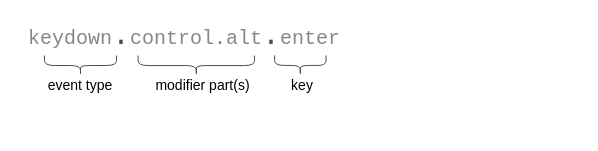
Above: page "keystroke-syntax" (10 of 18) of docs/adoc/microfrontend-platform-developer-guide/developer-guide.drawio in SchweizerischeBundesbahnen/scion-microfrontend-platform (draw.io), before the change. Source tidied: cells renumbered, new cells numbered last; positions are measured from the earlier drawing's top-left corner, leaving out a move shared by most shapes. Both pictures are drawn from the tidied source at 100%, with x=0, y=0 at pixel (45, 7).
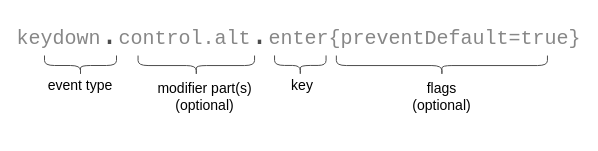
The same diagram, later.

What changed in the source:
```diff
@@
 <mxGraphModel>
   <root>
     <mxCell id="0" />
     <mxCell id="1" parent="0" />
-    <mxCell id="2" value="&lt;span style=&quot;font-family: &amp;#34;consolas&amp;#34; , &amp;#34;monaco&amp;#34; , &amp;#34;andale mono&amp;#34; , &amp;#34;ubuntu mono&amp;#34; , monospace ; text-align: left ; white-space: pre&quot;&gt;&lt;font style=&quot;font-size: 20px&quot; color=&quot;#878787&quot;&gt;keydown&lt;/font&gt;&lt;font color=&quot;#4d4d4d&quot; style=&quot;font-size: 30px&quot;&gt;.&lt;/font&gt;&lt;font style=&quot;font-size: 20px&quot; color=&quot;#878787&quot;&gt;control&lt;/font&gt;&lt;font style=&quot;font-size: 20px&quot; color=&quot;#878787&quot;&gt;.alt&lt;/font&gt;&lt;font color=&quot;#4d4d4d&quot; style=&quot;font-size: 30px&quot;&gt;.&lt;/font&gt;&lt;font style=&quot;font-size: 20px&quot; color=&quot;#878787&quot;&gt;enter&lt;/font&gt;&lt;/span&gt;" style="text;html=1;strokeColor=none;fillColor=none;align=center;verticalAlign=middle;whiteSpace=wrap;rounded=0;comic=1;" parent="1" vertex="1">
-      <mxGeometry x="19" y="18" width="240" height="20" as="geometry" />
-    </mxCell>
-    <mxCell id="3" style="shape=curlyBracket;whiteSpace=wrap;html=1;rounded=1;comic=0;strokeColor=#4D4D4D;fillColor=none;rotation=-90;" parent="1" vertex="1">
-      <mxGeometry x="25" y="22" width="20" height="72" as="geometry" />
-    </mxCell>
-    <mxCell id="4" style="shape=curlyBracket;whiteSpace=wrap;html=1;rounded=1;comic=0;strokeColor=#4D4D4D;fillColor=none;rotation=-90;" parent="1" vertex="1">
-      <mxGeometry x="140.8" y="-0.2" width="20" height="116.5" as="geometry" />
-    </mxCell>
-    <mxCell id="5" style="shape=curlyBracket;whiteSpace=wrap;html=1;rounded=1;comic=0;strokeColor=#4D4D4D;fillColor=none;rotation=-90;" parent="1" vertex="1">
-      <mxGeometry x="244.8" y="32.2" width="20" height="51.5" as="geometry" />
-    </mxCell>
+    <mxCell id="9" value="&lt;span style=&quot;font-family: &amp;#34;consolas&amp;#34; , &amp;#34;monaco&amp;#34; , &amp;#34;andale mono&amp;#34; , &amp;#34;ubuntu mono&amp;#34; , monospace ; text-align: left ; white-space: pre&quot;&gt;&lt;font style=&quot;font-size: 20px&quot; color=&quot;#878787&quot;&gt;keydown&lt;/font&gt;&lt;font color=&quot;#4d4d4d&quot; style=&quot;font-size: 30px&quot;&gt;.&lt;/font&gt;&lt;font style=&quot;font-size: 20px&quot; color=&quot;#878787&quot;&gt;control&lt;/font&gt;&lt;font style=&quot;font-size: 20px&quot; color=&quot;#878787&quot;&gt;.alt&lt;/font&gt;&lt;font color=&quot;#4d4d4d&quot; style=&quot;font-size: 30px&quot;&gt;.&lt;/font&gt;&lt;font style=&quot;font-size: 20px&quot; color=&quot;#878787&quot;&gt;enter{preventDefault=true}&lt;/font&gt;&lt;/span&gt;" style="text;html=1;strokeColor=none;fillColor=none;align=center;verticalAlign=middle;whiteSpace=wrap;rounded=0;comic=1;" parent="1" vertex="1">
+      <mxGeometry x="-7" y="18" width="521" height="20" as="geometry" />
+    </mxCell>
+    <mxCell id="10" style="shape=curlyBracket;whiteSpace=wrap;html=1;rounded=1;comic=0;strokeColor=#4D4D4D;fillColor=none;rotation=-90;" parent="1" vertex="1">
+      <mxGeometry x="25" y="22" width="20" height="72" as="geometry" />
+    </mxCell>
+    <mxCell id="11" style="shape=curlyBracket;whiteSpace=wrap;html=1;rounded=1;comic=0;strokeColor=#4D4D4D;fillColor=none;rotation=-90;" parent="1" vertex="1">
+      <mxGeometry x="140.8" y="-0.2" width="20" height="116.5" as="geometry" />
+    </mxCell>
+    <mxCell id="12" style="shape=curlyBracket;whiteSpace=wrap;html=1;rounded=1;comic=0;strokeColor=#4D4D4D;fillColor=none;rotation=-90;" parent="1" vertex="1">
+      <mxGeometry x="244.8" y="32.2" width="20" height="51.5" as="geometry" />
+    </mxCell>
     <mxCell id="6" value="&lt;font&gt;&lt;span style=&quot;font-size: 14px&quot;&gt;event type&lt;/span&gt;&lt;br&gt;&lt;/font&gt;" style="text;html=1;strokeColor=none;fillColor=none;align=center;verticalAlign=middle;whiteSpace=wrap;rounded=0;comic=1;" parent="1" vertex="1">
       <mxGeometry y="68" width="70" height="20" as="geometry" />
     </mxCell>
-    <mxCell id="7" value="&lt;font style=&quot;font-size: 14px&quot;&gt;modifier part(s)&lt;/font&gt;" style="text;html=1;strokeColor=none;fillColor=none;align=center;verticalAlign=middle;whiteSpace=wrap;rounded=0;comic=1;" parent="1" vertex="1">
-      <mxGeometry x="105.8" y="68" width="103.2" height="20" as="geometry" />
-    </mxCell>
+    <mxCell id="13" value="&lt;font style=&quot;font-size: 14px&quot;&gt;modifier part(s)&lt;br&gt;(optional)&lt;br&gt;&lt;/font&gt;" style="text;html=1;strokeColor=none;fillColor=none;align=center;verticalAlign=top;whiteSpace=wrap;rounded=0;comic=1;" parent="1" vertex="1">
+      <mxGeometry x="108.2" y="66.2" width="103.2" height="60" as="geometry" />
+    </mxCell>
     <mxCell id="8" value="&lt;font style=&quot;font-size: 14px&quot;&gt;key&lt;/font&gt;" style="text;html=1;strokeColor=none;fillColor=none;align=center;verticalAlign=middle;whiteSpace=wrap;rounded=0;comic=1;" parent="1" vertex="1">
       <mxGeometry x="211.5" y="68" width="90" height="20" as="geometry" />
     </mxCell>
+    <mxCell id="14" style="shape=curlyBracket;whiteSpace=wrap;html=1;rounded=1;comic=0;strokeColor=#4D4D4D;fillColor=none;rotation=-90;" parent="1" vertex="1">
+      <mxGeometry x="386.4" y="-47.5" width="20" height="211.1" as="geometry" />
+    </mxCell>
+    <mxCell id="15" value="&lt;font style=&quot;font-size: 14px&quot;&gt;flags&lt;br&gt;(optional)&lt;br&gt;&lt;/font&gt;" style="text;html=1;strokeColor=none;fillColor=none;align=center;verticalAlign=top;whiteSpace=wrap;rounded=0;comic=1;" parent="1" vertex="1">
+      <mxGeometry x="344.8" y="66.2" width="103.2" height="50" as="geometry" />
+    </mxCell>
   </root>
 </mxGraphModel>
```
